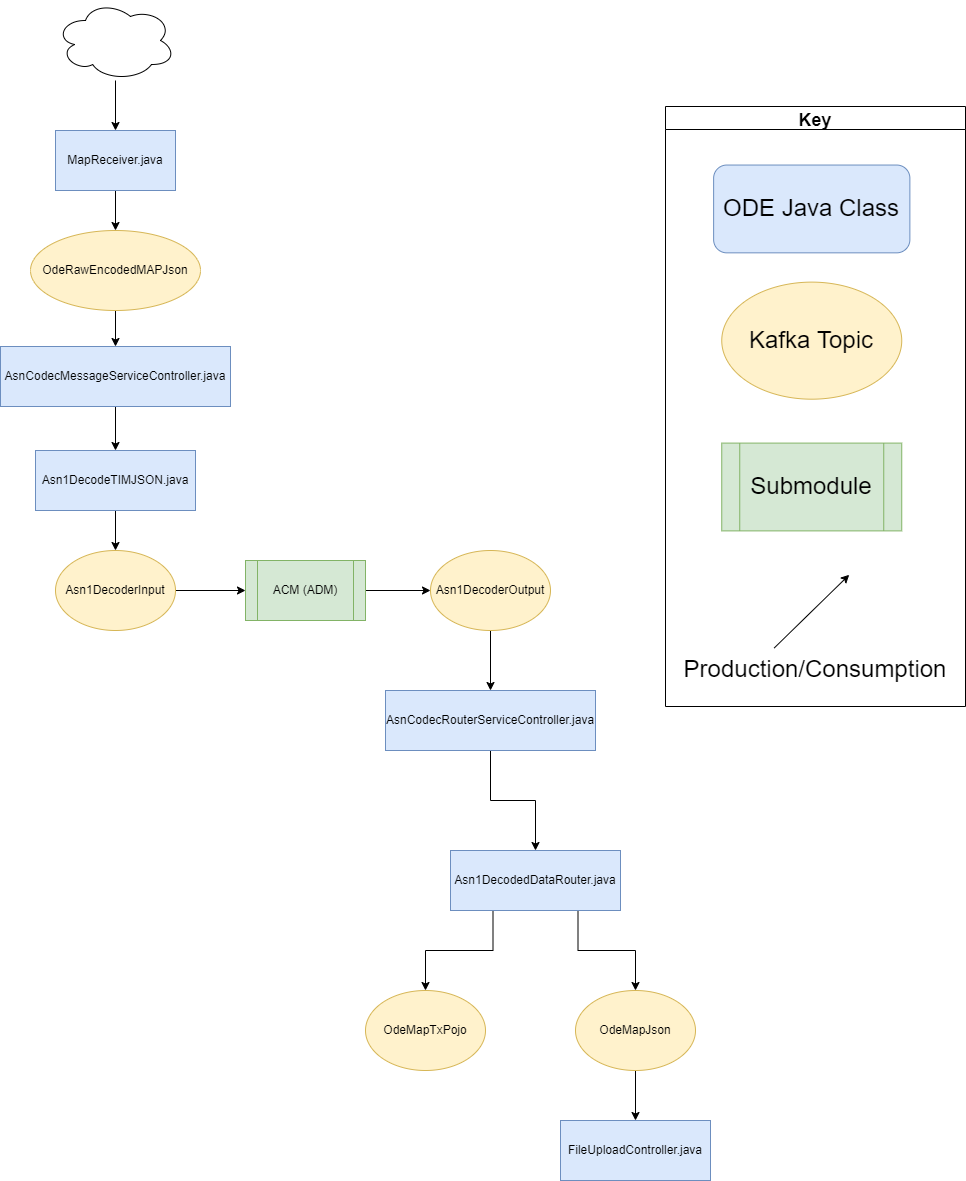
The draw.io diagram docs/data-flow-diagrams/map/MAP Data Flow.drawio.png in usdot-jpo-ode/jpo-ode, before a commit. Source tidied: cells renumbered, new cells last; positions are measured from the earlier drawing's top-left corner, leaving out a move shared by most shapes. Source of this version:
```xml
<mxGraphModel>
  <root>
    <mxCell id="0" />
    <mxCell id="1" parent="0" />
    <mxCell id="2" style="edgeStyle=orthogonalEdgeStyle;rounded=0;jettySize=auto;html=1;exitX=0.25;exitY=1;exitDx=0;exitDy=0;" parent="1" edge="1" source="4" target="31">
      <mxGeometry relative="1" as="geometry" />
    </mxCell>
    <mxCell id="3" style="edgeStyle=orthogonalEdgeStyle;rounded=0;jettySize=auto;html=1;exitX=0.75;exitY=1;exitDx=0;exitDy=0;" parent="1" edge="1" source="4" target="33">
      <mxGeometry relative="1" as="geometry" />
    </mxCell>
    <mxCell id="4" value="Asn1DecodedDataRouter.java" style="rounded=0;whiteSpace=wrap;html=1;fillColor=#dae8fc;strokeColor=#6c8ebf;" parent="1" vertex="1">
      <mxGeometry x="450" y="850" width="170" height="60" as="geometry" />
    </mxCell>
    <mxCell id="5" style="edgeStyle=orthogonalEdgeStyle;rounded=0;jettySize=auto;html=1;entryX=0;entryY=0.5;entryDx=0;entryDy=0;" parent="1" edge="1" source="6" target="12">
      <mxGeometry relative="1" as="geometry" />
    </mxCell>
    <mxCell id="6" value="ACM (ADM)" style="shape=process;whiteSpace=wrap;html=1;backgroundOutline=1;fillColor=#d5e8d4;strokeColor=#82b366;" parent="1" vertex="1">
      <mxGeometry x="245" y="560" width="120" height="60" as="geometry" />
    </mxCell>
    <mxCell id="7" style="edgeStyle=orthogonalEdgeStyle;rounded=0;jettySize=auto;html=1;" parent="1" edge="1" source="8" target="18">
      <mxGeometry relative="1" as="geometry" />
    </mxCell>
    <mxCell id="8" value="AsnCodecMessageServiceController.java" style="rounded=0;whiteSpace=wrap;html=1;fillColor=#dae8fc;strokeColor=#6c8ebf;" parent="1" vertex="1">
      <mxGeometry y="346" width="230" height="60" as="geometry" />
    </mxCell>
    <mxCell id="9" style="edgeStyle=orthogonalEdgeStyle;rounded=0;jettySize=auto;html=1;entryX=0;entryY=0.5;entryDx=0;entryDy=0;" parent="1" edge="1" source="10" target="6">
      <mxGeometry relative="1" as="geometry" />
    </mxCell>
    <mxCell id="10" value="Asn1DecoderInput" style="ellipse;whiteSpace=wrap;html=1;fillColor=#fff2cc;strokeColor=#d6b656;" parent="1" vertex="1">
      <mxGeometry x="55" y="550" width="120" height="80" as="geometry" />
    </mxCell>
    <mxCell id="11" style="edgeStyle=orthogonalEdgeStyle;rounded=0;jettySize=auto;html=1;" parent="1" edge="1" source="12" target="20">
      <mxGeometry relative="1" as="geometry" />
    </mxCell>
    <mxCell id="12" value="Asn1DecoderOutput" style="ellipse;whiteSpace=wrap;html=1;fillColor=#fff2cc;strokeColor=#d6b656;" parent="1" vertex="1">
      <mxGeometry x="430" y="550" width="120" height="80" as="geometry" />
    </mxCell>
    <mxCell id="13" style="edgeStyle=orthogonalEdgeStyle;rounded=0;jettySize=auto;html=1;entryX=0.5;entryY=0;entryDx=0;entryDy=0;" parent="1" edge="1" source="14" target="16">
      <mxGeometry relative="1" as="geometry" />
    </mxCell>
    <mxCell id="14" value="MapReceiver.java" style="rounded=0;whiteSpace=wrap;html=1;fillColor=#dae8fc;strokeColor=#6c8ebf;" parent="1" vertex="1">
      <mxGeometry x="55" y="130" width="120" height="60" as="geometry" />
    </mxCell>
    <mxCell id="15" style="edgeStyle=orthogonalEdgeStyle;rounded=0;jettySize=auto;html=1;" parent="1" edge="1" source="16" target="8">
      <mxGeometry relative="1" as="geometry" />
    </mxCell>
    <mxCell id="16" value="OdeRawEncodedMAPJson" style="ellipse;whiteSpace=wrap;html=1;fillColor=#fff2cc;strokeColor=#d6b656;" parent="1" vertex="1">
      <mxGeometry x="30" y="230" width="170" height="80" as="geometry" />
    </mxCell>
    <mxCell id="17" style="edgeStyle=orthogonalEdgeStyle;rounded=0;jettySize=auto;html=1;entryX=0.5;entryY=0;entryDx=0;entryDy=0;" parent="1" edge="1" source="18" target="10">
      <mxGeometry relative="1" as="geometry" />
    </mxCell>
    <mxCell id="18" value="Asn1DecodeTIMJSON.java" style="rounded=0;whiteSpace=wrap;html=1;fillColor=#dae8fc;strokeColor=#6c8ebf;" parent="1" vertex="1">
      <mxGeometry x="35" y="450" width="160" height="60" as="geometry" />
    </mxCell>
    <mxCell id="19" style="edgeStyle=orthogonalEdgeStyle;rounded=0;jettySize=auto;html=1;entryX=0.5;entryY=0;entryDx=0;entryDy=0;exitX=0.5;exitY=1;exitDx=0;exitDy=0;" parent="1" edge="1" source="20" target="4">
      <mxGeometry relative="1" as="geometry" />
    </mxCell>
    <mxCell id="20" value="AsnCodecRouterServiceController.java" style="rounded=0;whiteSpace=wrap;html=1;fillColor=#dae8fc;strokeColor=#6c8ebf;" parent="1" vertex="1">
      <mxGeometry x="385" y="690" width="210" height="60" as="geometry" />
    </mxCell>
    <mxCell id="21" style="edgeStyle=orthogonalEdgeStyle;rounded=0;jettySize=auto;html=1;" parent="1" edge="1" source="22" target="14">
      <mxGeometry relative="1" as="geometry" />
    </mxCell>
    <mxCell id="22" style="ellipse;shape=cloud;whiteSpace=wrap;html=1;" parent="1" vertex="1">
      <mxGeometry x="55" width="120" height="80" as="geometry" />
    </mxCell>
    <mxCell id="23" style="group;" parent="1" vertex="1">
      <mxGeometry x="665" y="106" width="300" height="600" as="geometry" />
    </mxCell>
    <mxCell id="24" value="&lt;font style=&quot;font-size: 24px&quot;&gt;Submodule&lt;/font&gt;" style="shape=process;whiteSpace=wrap;html=1;backgroundOutline=1;fillColor=#d5e8d4;strokeColor=#82b366;labelBackgroundColor=none;" parent="23" vertex="1">
      <mxGeometry x="56.2" y="336.6" width="180" height="87.8" as="geometry" />
    </mxCell>
    <mxCell id="25" value="Key" style="swimlane;labelBackgroundColor=none;fontSize=18;" parent="23" vertex="1">
      <mxGeometry width="300" height="600" as="geometry" />
    </mxCell>
    <mxCell id="26" value="&lt;font style=&quot;font-size: 24px&quot;&gt;Production/Consumption&lt;/font&gt;" style="text;html=1;strokeColor=none;fillColor=none;align=center;verticalAlign=middle;whiteSpace=wrap;rounded=0;labelBackgroundColor=none;" parent="25" vertex="1">
      <mxGeometry x="105" y="541.5" width="90" height="43.9" as="geometry" />
    </mxCell>
    <mxCell id="27" style="endArrow=classic;html=1;rounded=0;labelBackgroundColor=none;" parent="25" edge="1">
      <mxGeometry relative="1" as="geometry">
        <mxPoint x="108.8" y="541.5" as="sourcePoint" />
        <mxPoint x="183.7" y="468.3" as="targetPoint" />
      </mxGeometry>
    </mxCell>
    <mxCell id="28" value="&lt;font style=&quot;font-size: 24px&quot;&gt;Kafka Topic&lt;/font&gt;" style="ellipse;whiteSpace=wrap;html=1;fillColor=#fff2cc;strokeColor=#d6b656;labelBackgroundColor=none;" parent="25" vertex="1">
      <mxGeometry x="56.2" y="175.6" width="180" height="117.1" as="geometry" />
    </mxCell>
    <mxCell id="29" value="&lt;font style=&quot;font-size: 24px&quot;&gt;ODE Java Class&lt;/font&gt;" style="rounded=1;whiteSpace=wrap;html=1;fillColor=#dae8fc;strokeColor=#6c8ebf;labelBackgroundColor=none;" parent="25" vertex="1">
      <mxGeometry x="48.1" y="58.5" width="196.2" height="87.8" as="geometry" />
    </mxCell>
    <mxCell id="30" value="FileUploadController.java" style="whiteSpace=wrap;html=1;fillColor=#dae8fc;strokeColor=#6c8ebf;" parent="1" vertex="1">
      <mxGeometry x="560" y="1120" width="150" height="60" as="geometry" />
    </mxCell>
    <mxCell id="31" value="OdeMapTxPojo" style="ellipse;whiteSpace=wrap;html=1;fillColor=#fff2cc;strokeColor=#d6b656;" parent="1" vertex="1">
      <mxGeometry x="365" y="990" width="120" height="80" as="geometry" />
    </mxCell>
    <mxCell id="32" style="edgeStyle=orthogonalEdgeStyle;rounded=0;jettySize=auto;html=1;" parent="1" edge="1" source="33" target="30">
      <mxGeometry relative="1" as="geometry" />
    </mxCell>
    <mxCell id="33" value="OdeMapJson" style="ellipse;whiteSpace=wrap;html=1;fillColor=#fff2cc;strokeColor=#d6b656;" parent="1" vertex="1">
      <mxGeometry x="575" y="990" width="120" height="80" as="geometry" />
    </mxCell>
  </root>
</mxGraphModel>
```
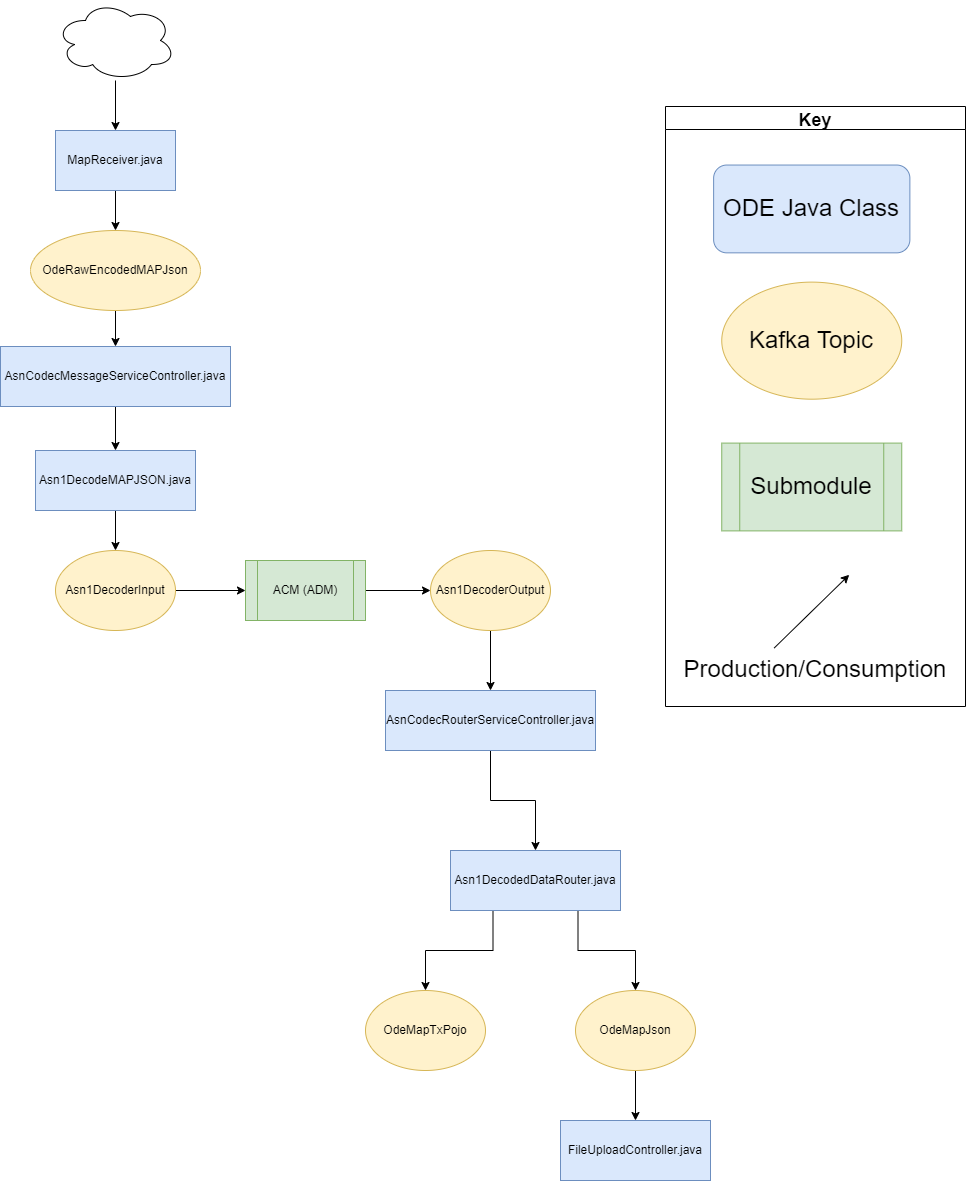
The same file after the commit.

Commit message:
Altered MAP Data Flow diagram.

The edit, as a diff of the source:
```diff
@@ -50,7 +50,7 @@
     <mxCell id="17" style="edgeStyle=orthogonalEdgeStyle;rounded=0;jettySize=auto;html=1;entryX=0.5;entryY=0;entryDx=0;entryDy=0;" parent="1" edge="1" source="18" target="10">
       <mxGeometry relative="1" as="geometry" />
     </mxCell>
-    <mxCell id="18" value="Asn1DecodeTIMJSON.java" style="rounded=0;whiteSpace=wrap;html=1;fillColor=#dae8fc;strokeColor=#6c8ebf;" parent="1" vertex="1">
+    <mxCell id="18" value="Asn1DecodeMAPJSON.java" style="rounded=0;whiteSpace=wrap;html=1;fillColor=#dae8fc;strokeColor=#6c8ebf;" parent="1" vertex="1">
       <mxGeometry x="35" y="450" width="160" height="60" as="geometry" />
     </mxCell>
     <mxCell id="19" style="edgeStyle=orthogonalEdgeStyle;rounded=0;jettySize=auto;html=1;entryX=0.5;entryY=0;entryDx=0;entryDy=0;exitX=0.5;exitY=1;exitDx=0;exitDy=0;" parent="1" edge="1" source="20" target="4">
```
